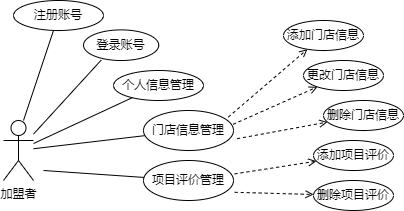
This is diagrams/test.png from Chenyang-1024/DiagramsFromDrawIO, a draw.io export, as it was before one commit. Source tidied: cells renumbered, new cells last; positions are measured from the earlier drawing's top-left corner, leaving out a move shared by most shapes.
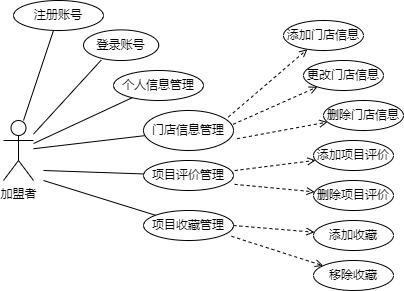
After the commit.

Diff of the diagram source:
```diff
@@ -55,7 +55,7 @@
       </mxGeometry>
     </mxCell>
     <mxCell id="18" value="项目评价管理" style="ellipse;whiteSpace=wrap;html=1;" parent="1" vertex="1">
-      <mxGeometry x="140" y="160" width="90" height="40" as="geometry" />
+      <mxGeometry x="140" y="160" width="90" height="30" as="geometry" />
     </mxCell>
     <mxCell id="19" style="endArrow=open;dashed=1;html=1;rounded=0;exitX=1.013;exitY=0.335;exitDx=0;exitDy=0;exitPerimeter=0;endFill=0;" parent="1" edge="1" source="18" target="20">
       <mxGeometry relative="1" as="geometry" />
@@ -69,5 +69,25 @@
     <mxCell id="22" value="删除项目评价" style="ellipse;whiteSpace=wrap;html=1;" parent="1" vertex="1">
       <mxGeometry x="310" y="180" width="80" height="30" as="geometry" />
     </mxCell>
+    <mxCell id="23" style="endArrow=none;html=1;rounded=0;" parent="1" edge="1" target="24">
+      <mxGeometry relative="1" as="geometry">
+        <mxPoint x="40" y="180" as="sourcePoint" />
+      </mxGeometry>
+    </mxCell>
+    <mxCell id="24" value="项目收藏管理" style="ellipse;whiteSpace=wrap;html=1;" parent="1" vertex="1">
+      <mxGeometry x="140" y="210" width="90" height="30" as="geometry" />
+    </mxCell>
+    <mxCell id="25" style="endArrow=open;dashed=1;html=1;rounded=0;exitX=1;exitY=0.5;exitDx=0;exitDy=0;endFill=0;" parent="1" edge="1" source="24" target="26">
+      <mxGeometry relative="1" as="geometry" />
+    </mxCell>
+    <mxCell id="26" value="添加收藏" style="ellipse;whiteSpace=wrap;html=1;" parent="1" vertex="1">
+      <mxGeometry x="310" y="220" width="80" height="30" as="geometry" />
+    </mxCell>
+    <mxCell id="27" style="endArrow=open;dashed=1;html=1;rounded=0;exitX=0.978;exitY=0.86;exitDx=0;exitDy=0;exitPerimeter=0;endFill=0;" parent="1" edge="1" source="24" target="28">
+      <mxGeometry relative="1" as="geometry" />
+    </mxCell>
+    <mxCell id="28" value="移除收藏" style="ellipse;whiteSpace=wrap;html=1;" parent="1" vertex="1">
+      <mxGeometry x="310" y="260" width="80" height="30" as="geometry" />
+    </mxCell>
   </root>
 </mxGraphModel>
```
